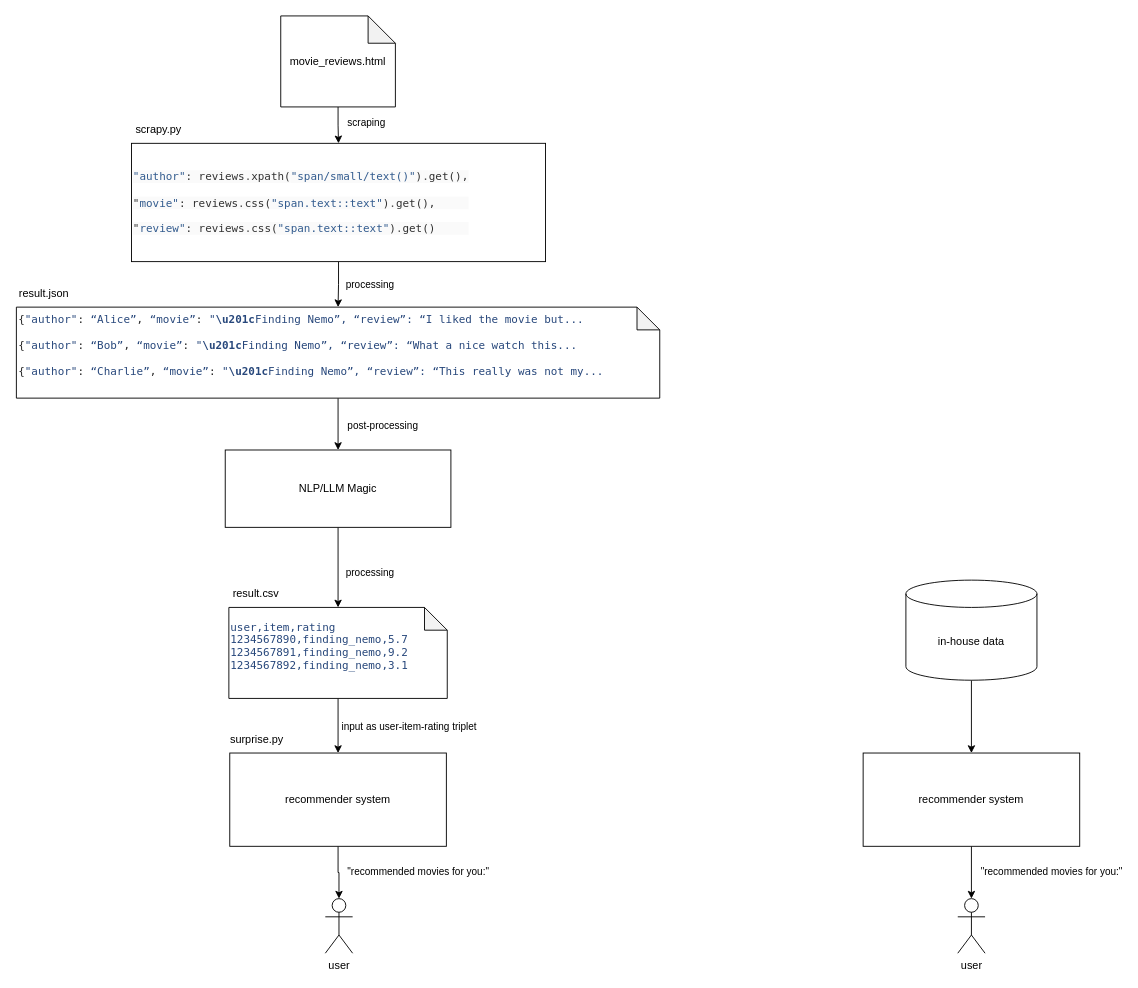
Before: scrapomender.drawio in tim-schaeren/scrapomender, a draw.io diagram. Source tidied: cells renumbered, new cells numbered last; positions are measured from the earlier drawing's top-left corner, leaving out a move shared by most shapes. Both pictures are drawn from the tidied source at 91%, with x=0, y=0 at pixel (16, 15).
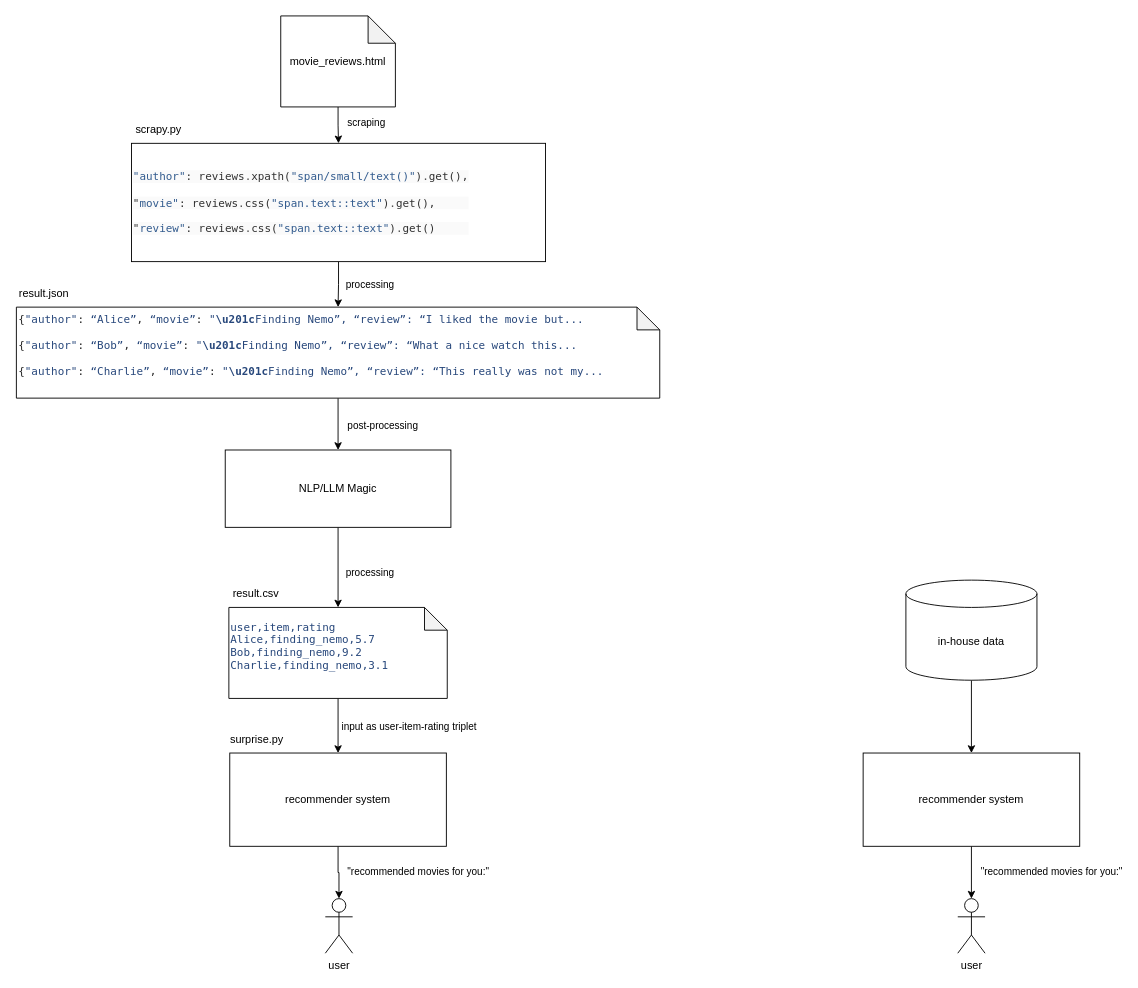
Above is the later version.

Change to the diagram source:
```diff
@@
-    <mxCell id="27" value="&lt;p style=&quot;margin: 0px; font-stretch: normal; line-height: normal; font-family: Menlo; color: rgb(39, 71, 123); background-color: rgb(255, 255, 255);&quot;&gt;user,item,rating&lt;/p&gt;&lt;p style=&quot;margin: 0px; font-stretch: normal; line-height: normal; font-family: Menlo; color: rgb(39, 71, 123); background-color: rgb(255, 255, 255);&quot;&gt;1234567890,finding_nemo,5.7&lt;/p&gt;&lt;p style=&quot;margin: 0px; font-stretch: normal; line-height: normal; font-family: Menlo; color: rgb(39, 71, 123); background-color: rgb(255, 255, 255);&quot;&gt;1234567891,finding_nemo,9.2&lt;/p&gt;&lt;p style=&quot;margin: 0px; font-stretch: normal; line-height: normal; font-family: Menlo; color: rgb(39, 71, 123); background-color: rgb(255, 255, 255);&quot;&gt;1234567892,finding_nemo,3.1&lt;/p&gt;&lt;div&gt;&lt;br&gt;&lt;/div&gt;" style="shape=note;whiteSpace=wrap;html=1;backgroundOutline=1;darkOpacity=0.05;size=25;align=left;verticalAlign=middle;" parent="1" vertex="1">
+    <mxCell id="27" value="&lt;p style=&quot;margin: 0px; font-stretch: normal; line-height: normal; font-family: Menlo; color: rgb(39, 71, 123); background-color: rgb(255, 255, 255);&quot;&gt;user,item,rating&lt;/p&gt;&lt;p style=&quot;margin: 0px; font-stretch: normal; line-height: normal; font-family: Menlo; color: rgb(39, 71, 123); background-color: rgb(255, 255, 255);&quot;&gt;Alice,finding_nemo,5.7&lt;/p&gt;&lt;p style=&quot;margin: 0px; font-stretch: normal; line-height: normal; font-family: Menlo; color: rgb(39, 71, 123); background-color: rgb(255, 255, 255);&quot;&gt;Bob,finding_nemo,9.2&lt;/p&gt;&lt;p style=&quot;margin: 0px; font-stretch: normal; line-height: normal; font-family: Menlo; color: rgb(39, 71, 123); background-color: rgb(255, 255, 255);&quot;&gt;Charlie,finding_nemo,3.1&lt;/p&gt;&lt;div&gt;&lt;br&gt;&lt;/div&gt;" style="shape=note;whiteSpace=wrap;html=1;backgroundOutline=1;darkOpacity=0.05;size=25;align=left;verticalAlign=middle;" parent="1" vertex="1">
       <mxGeometry x="233" y="650" width="240" height="100" as="geometry" />
     </mxCell>
```
